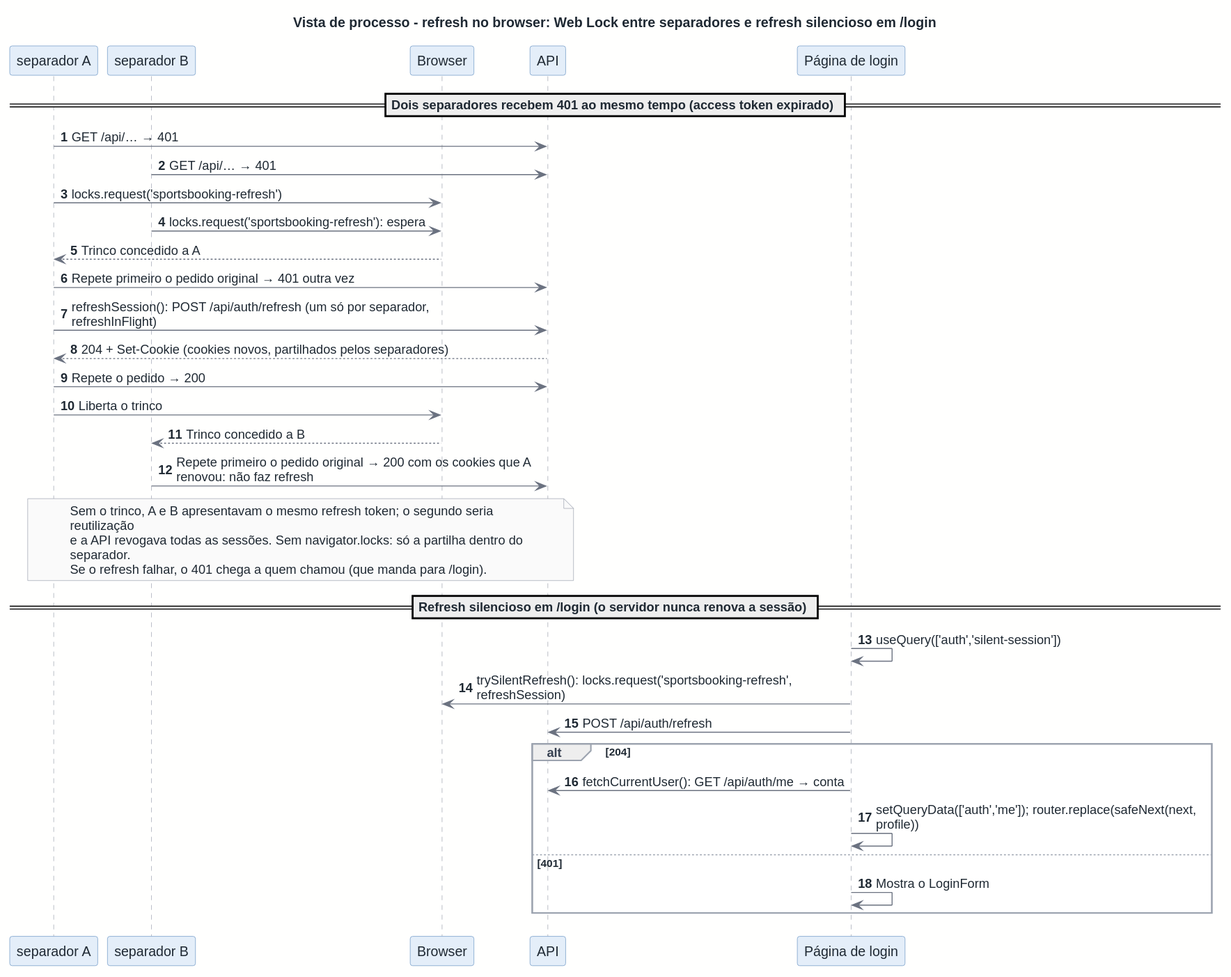
This is docs/architecture/out/process-refresh-client.svg from rodrigo4sousa/SportsEstablishments, a PlantUML export, as it was before one commit.
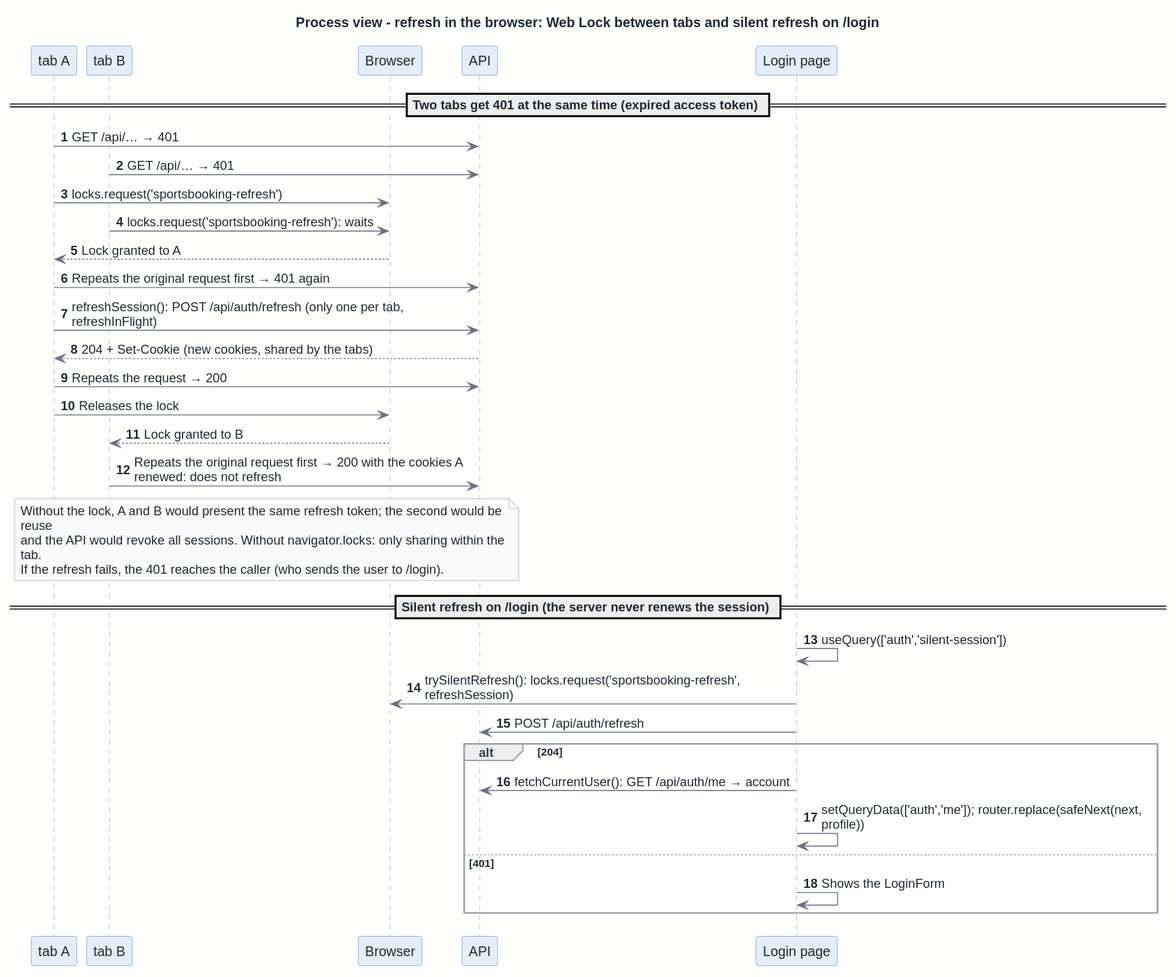
Later version of the same file.

Change to the diagram source:
```diff
@@ -1,38 +1,38 @@
 @startuml
 !include ../style.puml
 
-title Vista de processo - refresh no browser: Web Lock entre separadores e refresh silencioso em /login
+title Process view - refresh in the browser: Web Lock between tabs and silent refresh on /login
 autonumber
 
-participant "separador A" as WEB_API_CLIENT
-participant "separador B" as WEB_API_CLIENT_B
+participant "tab A" as WEB_API_CLIENT
+participant "tab B" as WEB_API_CLIENT_B
 participant "Browser" as C_BROWSER
 participant "API" as C_API
-participant "Página de login" as WEB_F_AUTH
+participant "Login page" as WEB_F_AUTH
 
-== Dois separadores recebem 401 ao mesmo tempo (access token expirado) ==
+== Two tabs get 401 at the same time (expired access token) ==
 WEB_API_CLIENT -> C_API : GET /api/… → 401
 WEB_API_CLIENT_B -> C_API : GET /api/… → 401
 WEB_API_CLIENT -> C_BROWSER : locks.request('sportsbooking-refresh')
-WEB_API_CLIENT_B -> C_BROWSER : locks.request('sportsbooking-refresh'): espera
-C_BROWSER --> WEB_API_CLIENT : Trinco concedido a A
-WEB_API_CLIENT -> C_API : Repete primeiro o pedido original → 401 outra vez
-WEB_API_CLIENT -> C_API : refreshSession(): POST /api/auth/refresh (um só por separador,\nrefreshInFlight)
-C_API --> WEB_API_CLIENT : 204 + Set-Cookie (cookies novos, partilhados pelos separadores)
-WEB_API_CLIENT -> C_API : Repete o pedido → 200
-WEB_API_CLIENT -> C_BROWSER : Liberta o trinco
-C_BROWSER --> WEB_API_CLIENT_B : Trinco concedido a B
-WEB_API_CLIENT_B -> C_API : Repete primeiro o pedido original → 200 com os cookies que A\nrenovou: não faz refresh
-note over WEB_API_CLIENT, C_API: Sem o trinco, A e B apresentavam o mesmo refresh token; o segundo seria\nreutilização\ne a API revogava todas as sessões. Sem navigator.locks: só a partilha dentro do\nseparador.\nSe o refresh falhar, o 401 chega a quem chamou (que manda para /login).
+WEB_API_CLIENT_B -> C_BROWSER : locks.request('sportsbooking-refresh'): waits
+C_BROWSER --> WEB_API_CLIENT : Lock granted to A
+WEB_API_CLIENT -> C_API : Repeats the original request first → 401 again
+WEB_API_CLIENT -> C_API : refreshSession(): POST /api/auth/refresh (only one per tab,\nrefreshInFlight)
+C_API --> WEB_API_CLIENT : 204 + Set-Cookie (new cookies, shared by the tabs)
+WEB_API_CLIENT -> C_API : Repeats the request → 200
+WEB_API_CLIENT -> C_BROWSER : Releases the lock
+C_BROWSER --> WEB_API_CLIENT_B : Lock granted to B
+WEB_API_CLIENT_B -> C_API : Repeats the original request first → 200 with the cookies A\nrenewed: does not refresh
+note over WEB_API_CLIENT, C_API: Without the lock, A and B would present the same refresh token; the second would be\nreuse\nand the API would revoke all sessions. Without navigator.locks: only sharing within the\ntab.\nIf the refresh fails, the 401 reaches the caller (who sends the user to /login).
 
-== Refresh silencioso em /login (o servidor nunca renova a sessão) ==
+== Silent refresh on /login (the server never renews the session) ==
 WEB_F_AUTH -> WEB_F_AUTH : useQuery(['auth','silent-session'])
 WEB_F_AUTH -> C_BROWSER : trySilentRefresh(): locks.request('sportsbooking-refresh',\nrefreshSession)
 WEB_F_AUTH -> C_API : POST /api/auth/refresh
 alt 204
-  WEB_F_AUTH -> C_API : fetchCurrentUser(): GET /api/auth/me → conta
+  WEB_F_AUTH -> C_API : fetchCurrentUser(): GET /api/auth/me → account
   WEB_F_AUTH -> WEB_F_AUTH : setQueryData(['auth','me']); router.replace(safeNext(next,\nprofile))
 else 401
-  WEB_F_AUTH -> WEB_F_AUTH : Mostra o LoginForm
+  WEB_F_AUTH -> WEB_F_AUTH : Shows the LoginForm
 end
 @enduml
```
